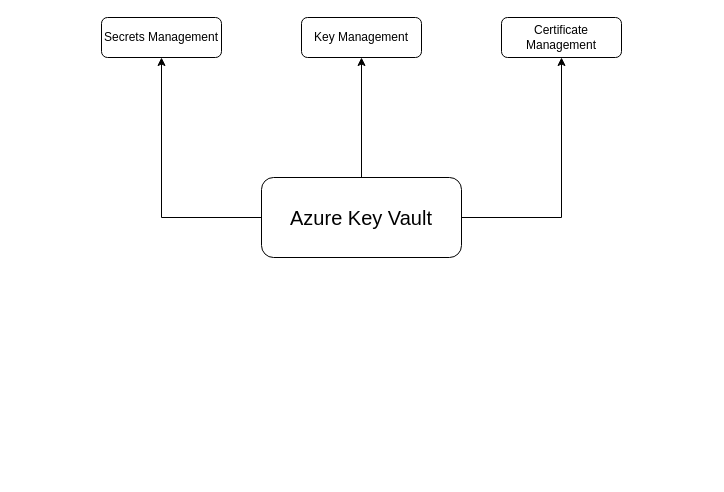
FilledVaccum/MindMaps keeps this draw.io diagram as page "Azure Key Vault" (10 of 10) of Cloud/Azure/Azure Governance & Security.drawio. Above is the earlier version. Source tidied: cells renumbered, new cells numbered last; positions are measured from the earlier drawing's top-left corner, leaving out a move shared by most shapes. Both pictures are drawn from the tidied source at 100%, with x=0, y=0 at pixel (101, 17).
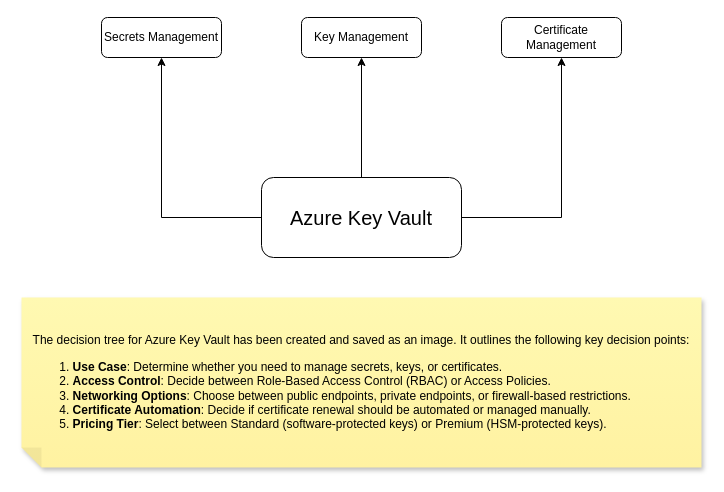
Above is the later version.

The edit, as a diff of the source:
```diff
@@
 <mxGraphModel>
   <root>
     <mxCell id="0" />
     <mxCell id="1" parent="0" />
     <mxCell id="2" style="edgeStyle=orthogonalEdgeStyle;rounded=0;jettySize=auto;html=1;" parent="1" edge="1" source="5" target="6">
       <mxGeometry relative="1" as="geometry" />
     </mxCell>
     <mxCell id="3" style="edgeStyle=orthogonalEdgeStyle;rounded=0;jettySize=auto;html=1;" parent="1" edge="1" source="5" target="7">
       <mxGeometry relative="1" as="geometry" />
     </mxCell>
     <mxCell id="4" style="edgeStyle=orthogonalEdgeStyle;rounded=0;jettySize=auto;html=1;" parent="1" edge="1" source="5" target="8">
       <mxGeometry relative="1" as="geometry" />
     </mxCell>
     <mxCell id="5" value="&lt;font style=&quot;font-size: 20px;&quot;&gt;Azure Key Vault&lt;/font&gt;" style="rounded=1;whiteSpace=wrap;html=1;" parent="1" vertex="1">
       <mxGeometry x="160" y="160" width="200" height="80" as="geometry" />
     </mxCell>
     <mxCell id="6" value="Key Management" style="whiteSpace=wrap;html=1;rounded=1;" parent="1" vertex="1">
       <mxGeometry x="200" width="120" height="40" as="geometry" />
     </mxCell>
     <mxCell id="7" value="Secrets Management" style="whiteSpace=wrap;html=1;rounded=1;" parent="1" vertex="1">
       <mxGeometry width="120" height="40" as="geometry" />
     </mxCell>
     <mxCell id="8" value="Certificate Management" style="whiteSpace=wrap;html=1;rounded=1;" parent="1" vertex="1">
       <mxGeometry x="400" width="120" height="40" as="geometry" />
     </mxCell>
+    <mxCell id="9" value="&lt;p style=&quot;font-style: normal; font-variant-caps: normal; font-weight: 400; letter-spacing: normal; orphans: auto; text-align: start; text-indent: 0px; text-transform: none; white-space: normal; widows: auto; word-spacing: 0px; -webkit-text-stroke-width: 0px; text-decoration: none; caret-color: rgb(0, 0, 0); color: rgb(0, 0, 0);&quot;&gt;The decision tree for Azure Key Vault has been created and saved as an image. It outlines the following key decision points:&lt;/p&gt;&lt;ol style=&quot;font-style: normal; font-variant-caps: normal; font-weight: 400; letter-spacing: normal; orphans: auto; text-align: start; text-indent: 0px; text-transform: none; white-space: normal; widows: auto; word-spacing: 0px; -webkit-text-stroke-width: 0px; text-decoration: none; caret-color: rgb(0, 0, 0); color: rgb(0, 0, 0);&quot;&gt;&lt;li&gt;&lt;strong&gt;Use Case&lt;/strong&gt;: Determine whether you need to manage secrets, keys, or certificates.&lt;/li&gt;&lt;li&gt;&lt;strong&gt;Access Control&lt;/strong&gt;: Decide between Role-Based Access Control (RBAC) or Access Policies.&lt;/li&gt;&lt;li&gt;&lt;strong&gt;Networking Options&lt;/strong&gt;: Choose between public endpoints, private endpoints, or firewall-based restrictions.&lt;/li&gt;&lt;li&gt;&lt;strong&gt;Certificate Automation&lt;/strong&gt;: Decide if certificate renewal should be automated or managed manually.&lt;/li&gt;&lt;li&gt;&lt;strong&gt;Pricing Tier&lt;/strong&gt;: Select between Standard (software-protected keys) or Premium (HSM-protected keys).&lt;/li&gt;&lt;/ol&gt;" style="shape=note;whiteSpace=wrap;html=1;backgroundOutline=1;fontColor=#000000;darkOpacity=0.05;fillColor=#FFF9B2;strokeColor=none;fillStyle=solid;direction=west;gradientDirection=north;gradientColor=#FFF2A1;shadow=1;size=20;" parent="1" vertex="1">
+      <mxGeometry x="-80" y="280" width="680" height="170" as="geometry" />
+    </mxCell>
   </root>
 </mxGraphModel>
```
